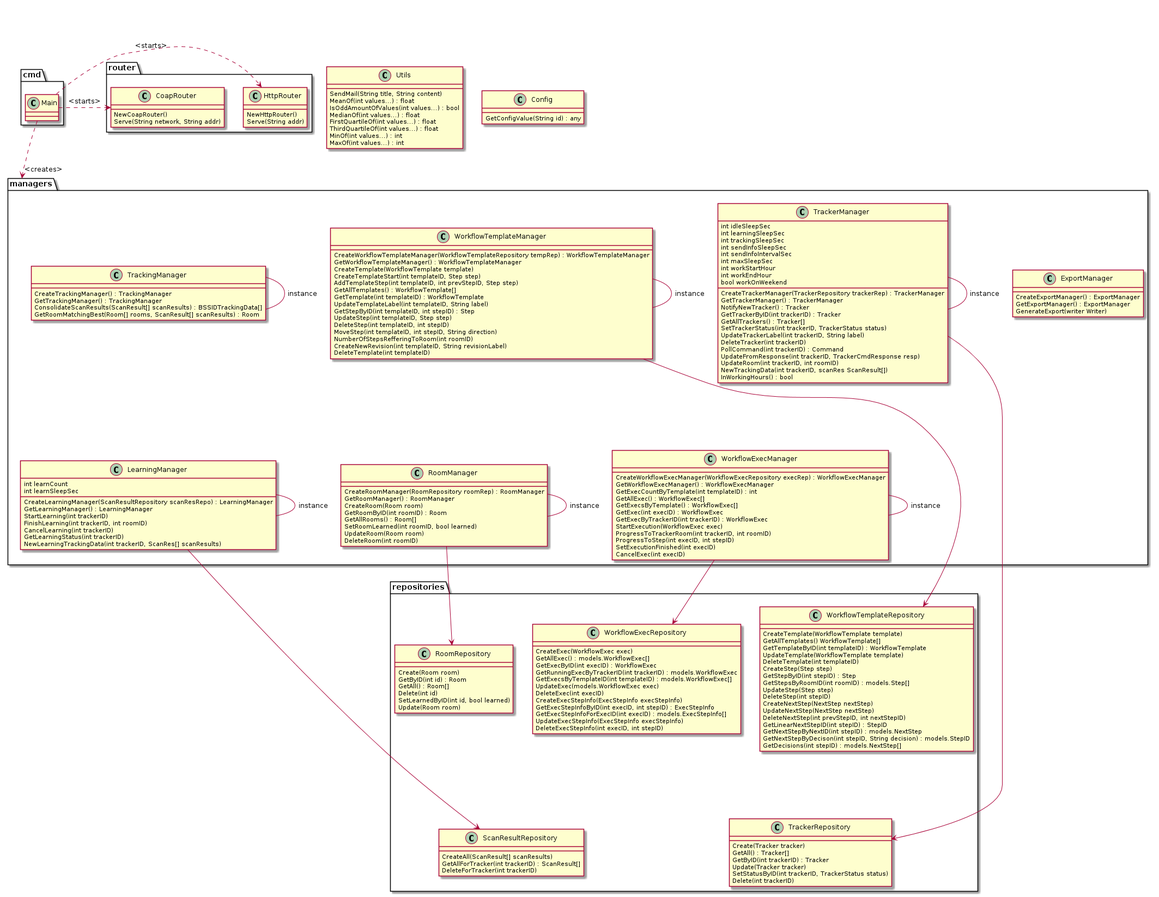
The PlantUML diagram paper/images/server_architecture.png in glidingthroughspace/paper-tracker, before a commit.
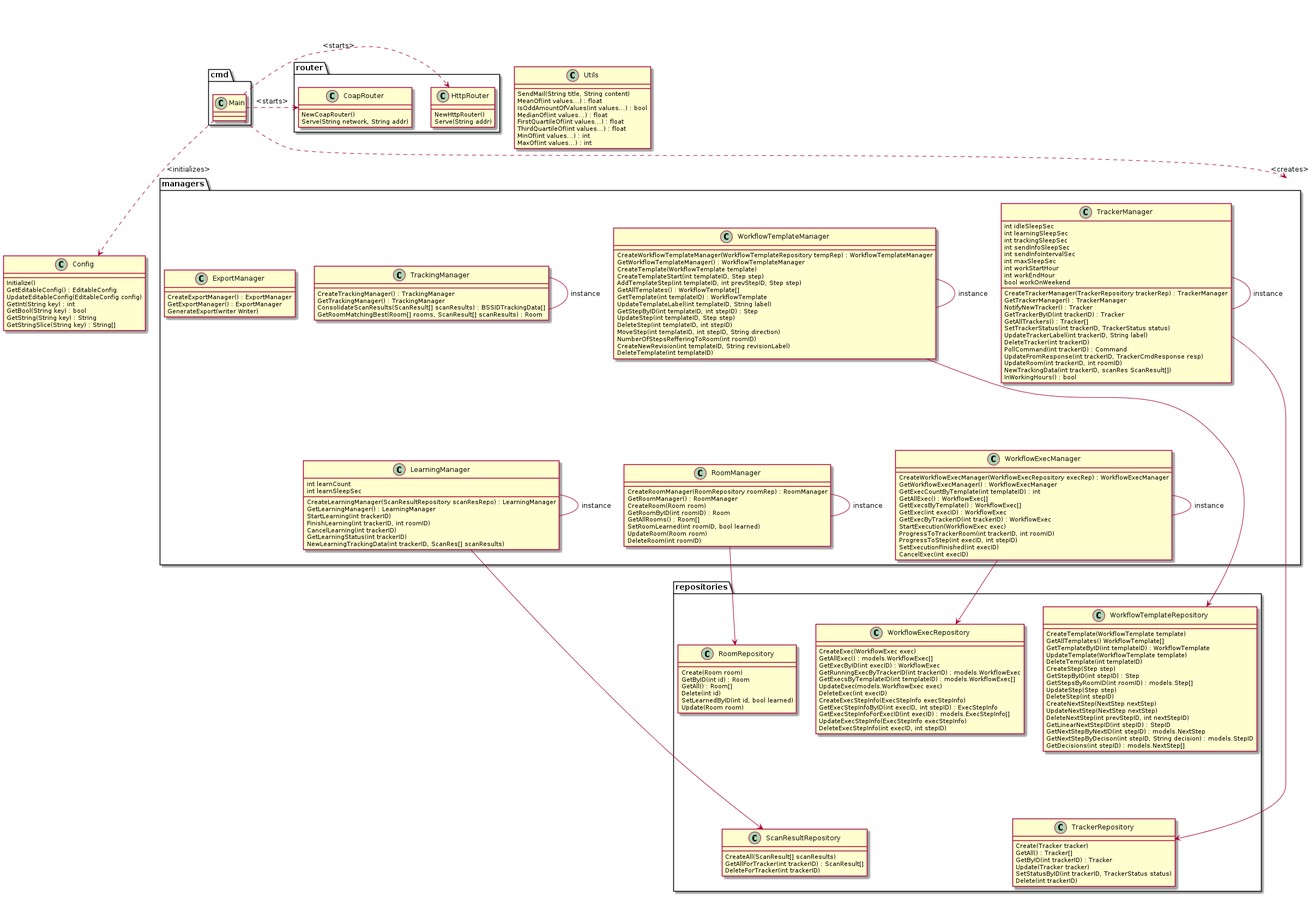
After the change.

Change to the diagram source:
```diff
@@ -16,7 +16,13 @@
 }
 
 class Config {
-  GetConfigValue(String id) : any
+  Initialize()
+  GetEditableConfig() : EditableConfig
+  UpdateEditableConfig(EditableConfig config)
+  GetInt(String key) : int
+  GetBool(String key) : bool
+  GetString(String key) : String
+  GetStringSlice(String key) : String[]
 }
 
 package router {
@@ -207,6 +213,7 @@
 Main ..> managers : <creates>
 Main .> HttpRouter : <starts>
 Main .> CoapRouter : <starts>
+Main ..> Config : <initializes>
 
 Main -[hidden]- ExportManager
 
```
